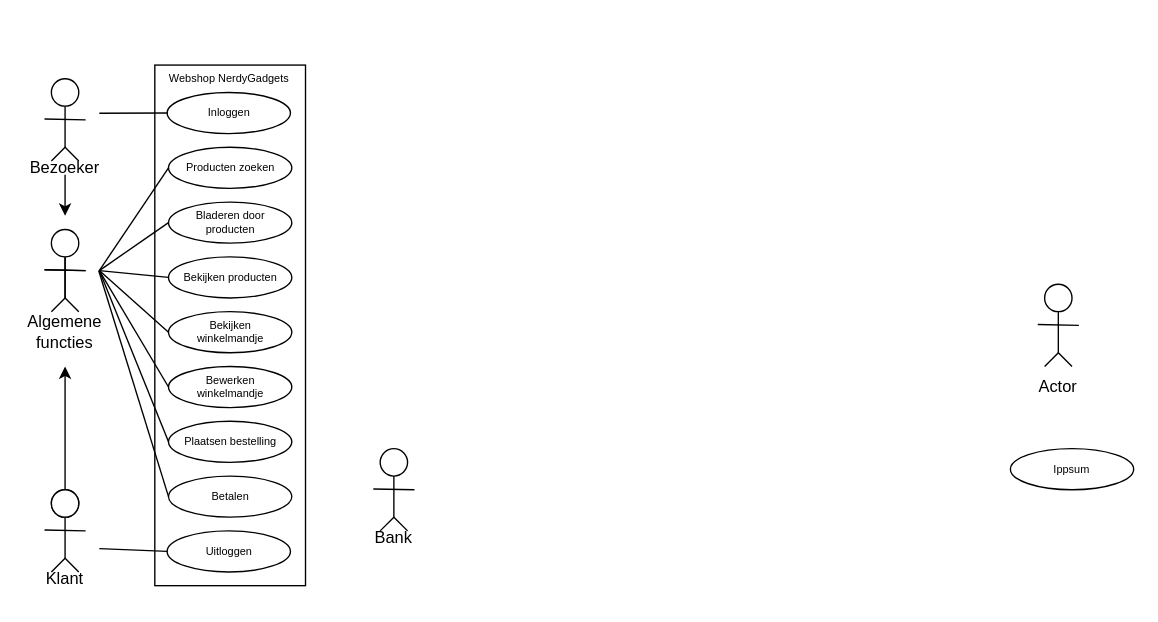
Above: docs/diagrams/Use case 2.drawio in YoungSilent/nerdy_gadgets (draw.io), before the change. Source tidied: cells renumbered, new cells numbered last; positions are measured from the earlier drawing's top-left corner, leaving out a move shared by most shapes. Both pictures are drawn from the tidied source at 137%, with x=0, y=0 at pixel (23, 23).
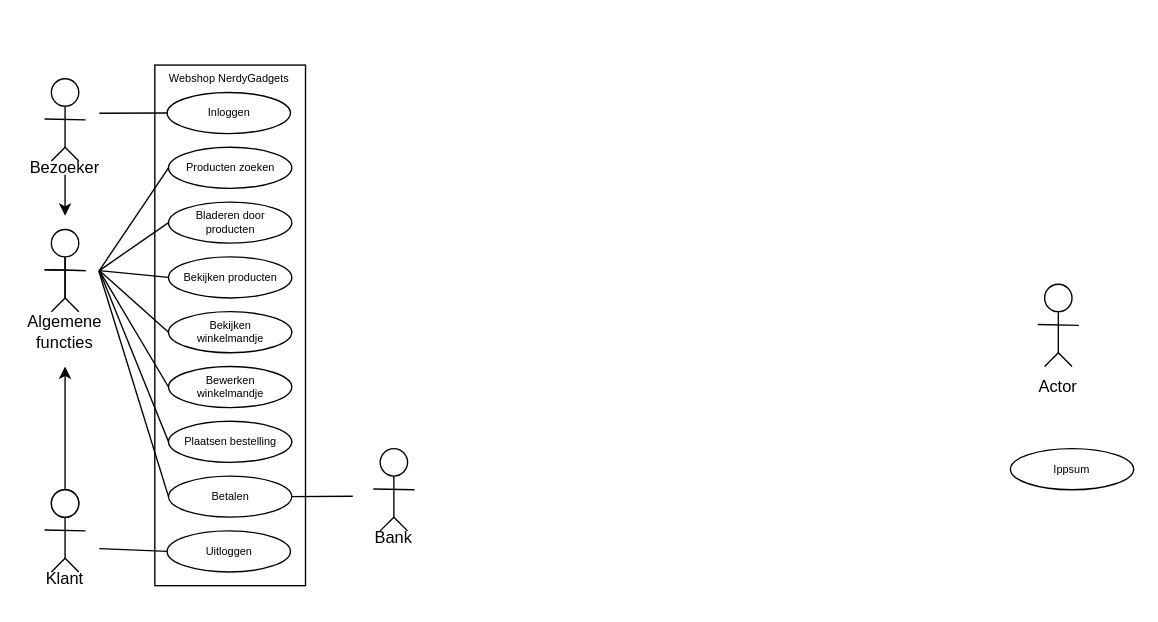
The same page after the edit.

Unchanged cells that the change refers to:
```xml
<mxCell id="25" style="ellipse;whiteSpace=wrap;html=1;" parent="1" vertex="1">
  <mxGeometry x="105.5" y="330" width="90" height="30" as="geometry" />
</mxCell>
```

Diff of the diagram source:
```diff
@@
+    <mxCell id="64" style="endArrow=none;html=1;rounded=0;exitX=1;exitY=0.5;exitDx=0;exitDy=0;" parent="1" edge="1" source="25">
+      <mxGeometry relative="1" as="geometry">
+        <mxPoint x="240" y="345" as="targetPoint" />
+        <Array as="points">
+          <mxPoint x="240" y="344.7" />
+        </Array>
+      </mxGeometry>
+    </mxCell>
```
